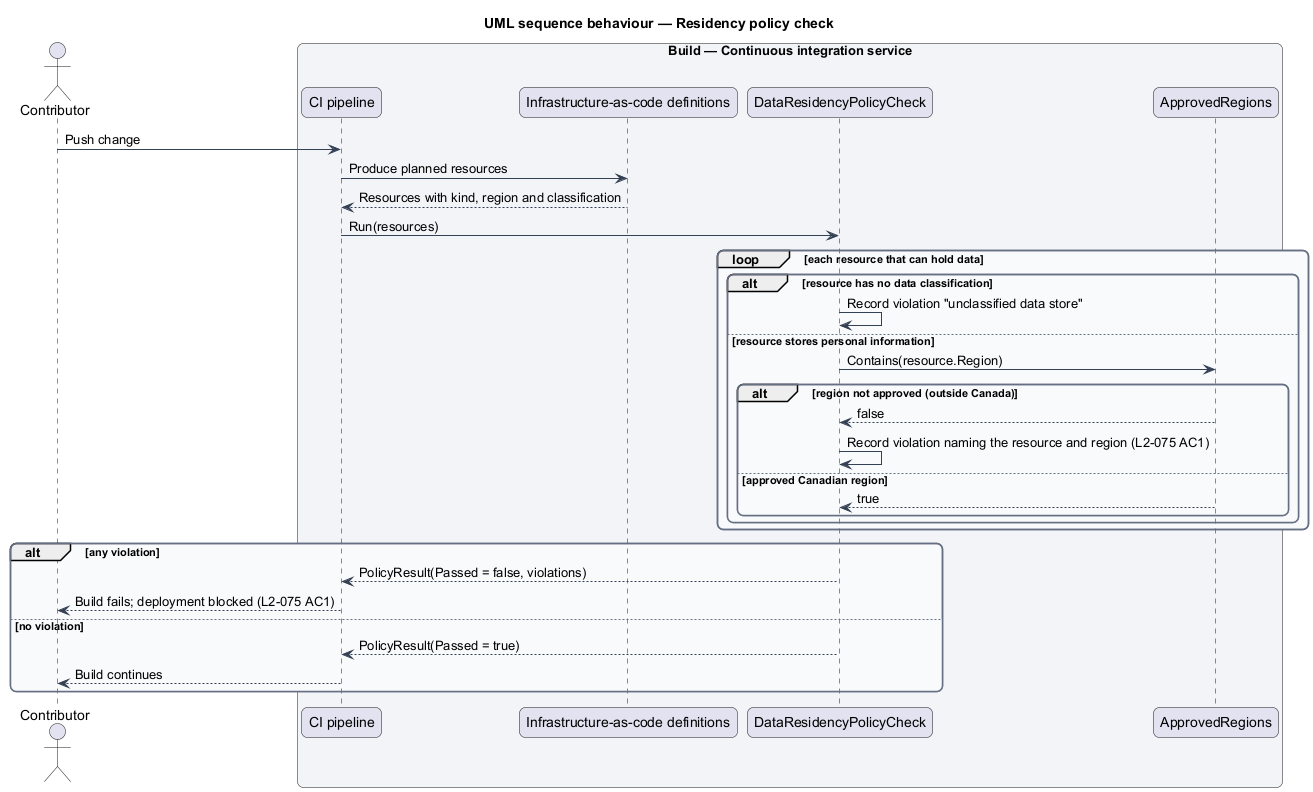
The PlantUML diagram docs/detailed-designs/privacy/locate-data-and-record-breaches/diagrams/sequence-residency-policy-check.png in QuinntyneBrown/sweet-hand, before a commit. Its diagram source:
```plantuml
@startuml
title UML sequence behaviour — Residency policy check
skinparam backgroundColor #FFFFFF
skinparam shadowing false
skinparam roundcorner 12
skinparam defaultFontName Arial
skinparam ArrowColor #344054
skinparam rectangle {
  BorderColor #344054
  FontColor #101828
}
skinparam package {
  BorderColor #667085
  FontColor #101828
  BackgroundColor #F9FAFB
}
actor "Contributor" as actor
box "Build — Continuous integration service" #F2F4F7
  participant "CI pipeline" as ci
  participant "Infrastructure-as-code definitions" as iac
  participant "DataResidencyPolicyCheck" as check
  participant "ApprovedRegions" as regions
end box

actor -> ci : Push change
ci -> iac : Produce planned resources
iac --> ci : Resources with kind, region and classification
ci -> check : Run(resources)
loop each resource that can hold data
  alt resource has no data classification
    check -> check : Record violation "unclassified data store"
  else resource stores personal information
    check -> regions : Contains(resource.Region)
    alt region not approved (outside Canada)
      regions --> check : false
      check -> check : Record violation naming the resource and region (L2-075 AC1)
    else approved Canadian region
      regions --> check : true
    end
  end
end
alt any violation
  check --> ci : PolicyResult(Passed = false, violations)
  ci --> actor : Build fails; deployment blocked (L2-075 AC1)
else no violation
  check --> ci : PolicyResult(Passed = true)
  ci --> actor : Build continues
end
@enduml
```
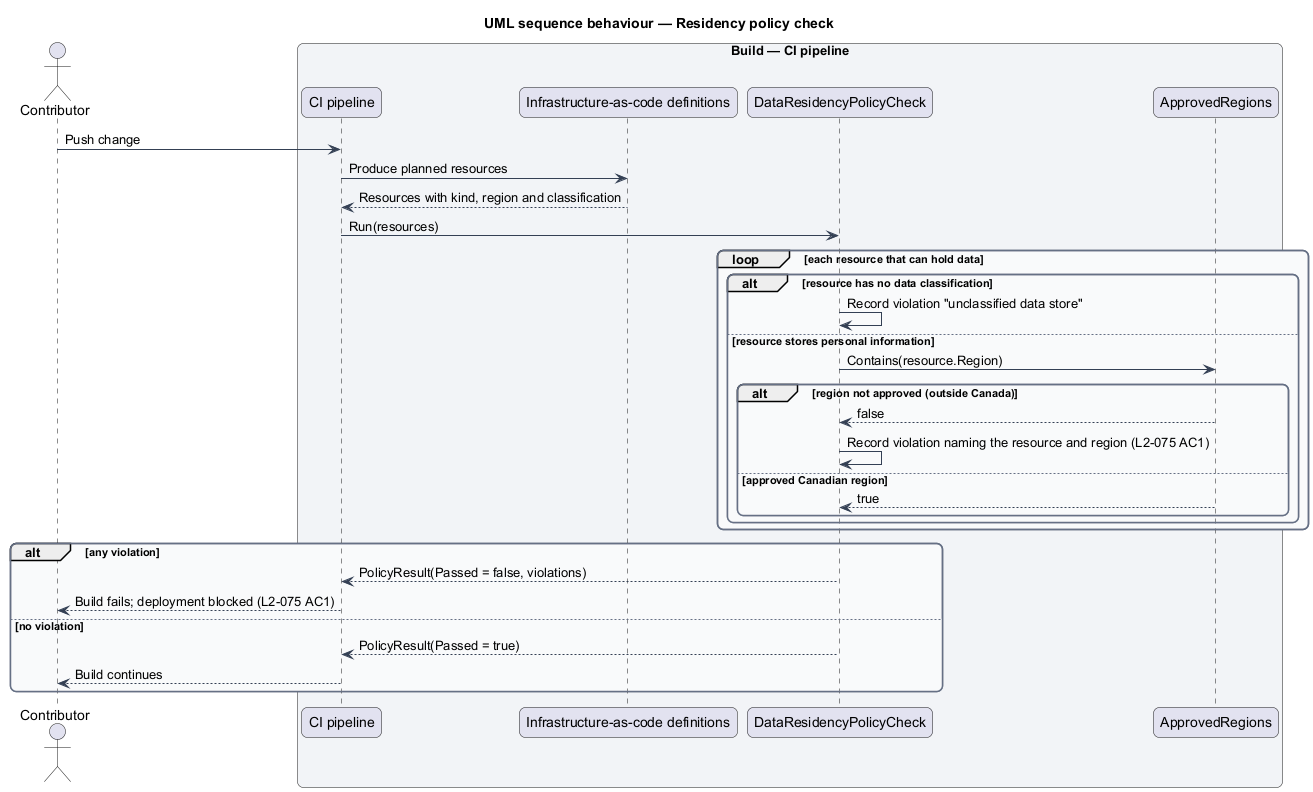
After the change.

The edit, as a diff of the source:
```diff
@@ -15,7 +15,7 @@
   BackgroundColor #F9FAFB
 }
 actor "Contributor" as actor
-box "Build — Continuous integration service" #F2F4F7
+box "Build — CI pipeline" #F2F4F7
   participant "CI pipeline" as ci
   participant "Infrastructure-as-code definitions" as iac
   participant "DataResidencyPolicyCheck" as check
```
